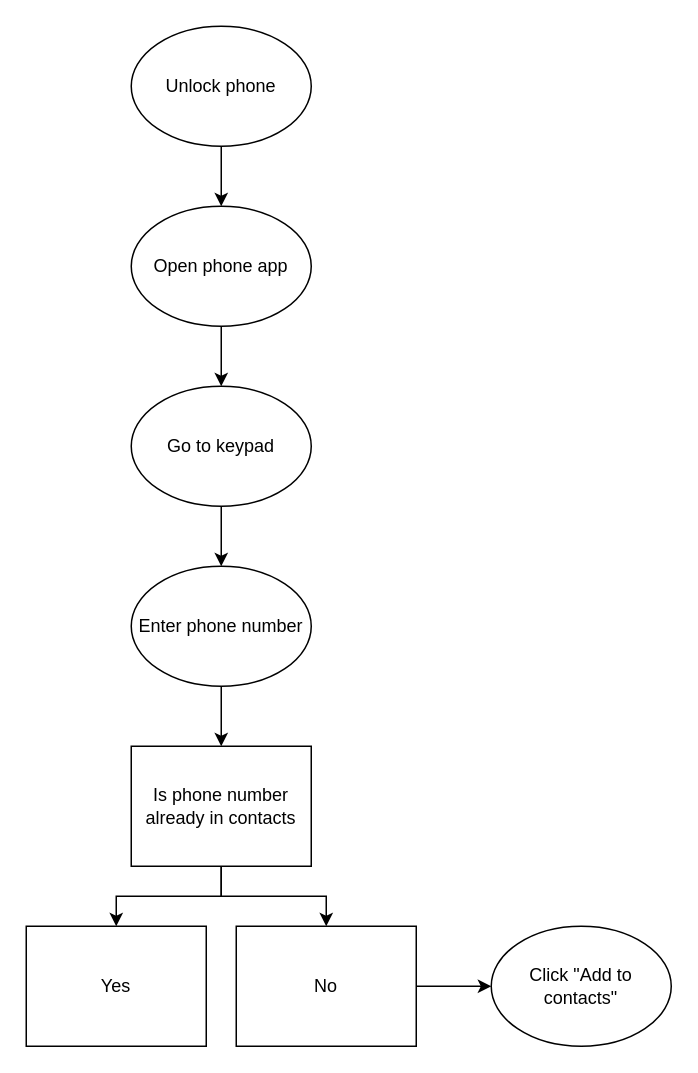
The draw.io diagram 2.1 Flowchart.drawio in Captain-Shady-Air/Flowcharts, before the edit. Source tidied: cells renumbered, new cells numbered last; positions are measured from the earlier drawing's top-left corner, leaving out a move shared by most shapes. Both pictures are drawn from the tidied source at 150%, with x=0, y=0 at pixel (26, 26).
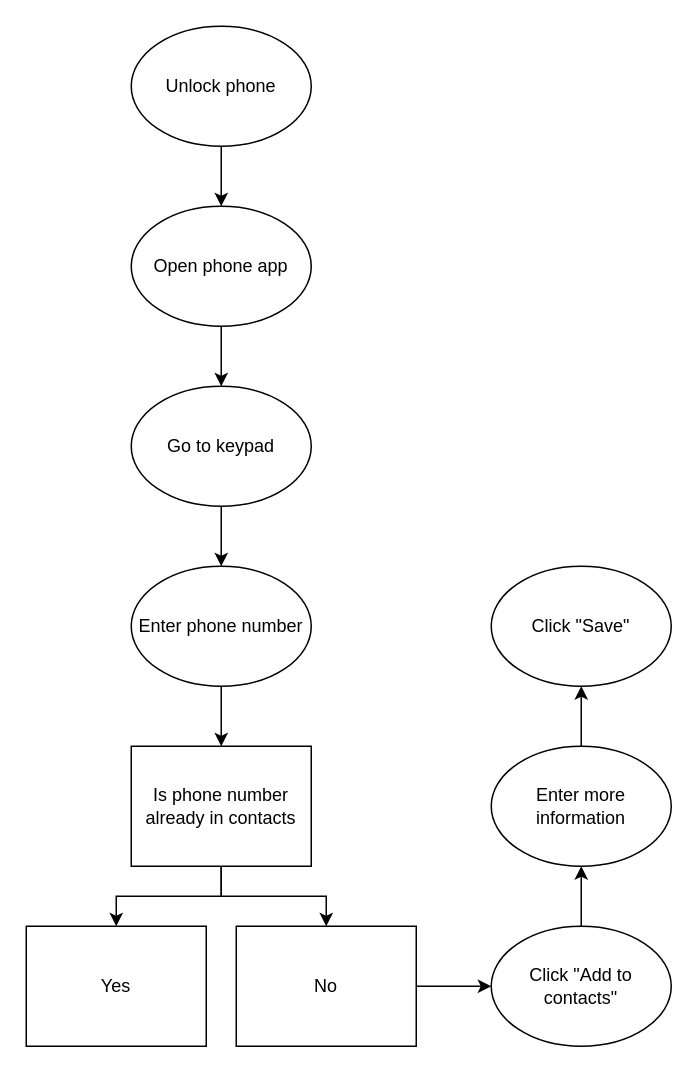
After the change.

Unchanged cells that the change refers to:
```xml
<mxCell id="16" value="Click &quot;Add to contacts&quot;" style="ellipse;whiteSpace=wrap;html=1;rounded=0;" parent="1" vertex="1">
  <mxGeometry x="310" y="600" width="120" height="80" as="geometry" />
</mxCell>
```

What changed in the source:
```diff
@@
+    <mxCell id="17" style="edgeStyle=orthogonalEdgeStyle;rounded=0;jettySize=auto;html=1;" parent="1" edge="1" source="16" target="19">
+      <mxGeometry relative="1" as="geometry" />
+    </mxCell>
@@
+    <mxCell id="18" style="edgeStyle=orthogonalEdgeStyle;rounded=0;jettySize=auto;html=1;" parent="1" edge="1" source="19" target="20">
+      <mxGeometry relative="1" as="geometry" />
+    </mxCell>
+    <mxCell id="19" value="Enter more information" style="ellipse;whiteSpace=wrap;html=1;rounded=0;" parent="1" vertex="1">
+      <mxGeometry x="310" y="480" width="120" height="80" as="geometry" />
+    </mxCell>
+    <mxCell id="20" value="Click &quot;Save&quot;" style="ellipse;whiteSpace=wrap;html=1;rounded=0;" parent="1" vertex="1">
+      <mxGeometry x="310" y="360" width="120" height="80" as="geometry" />
+    </mxCell>
```
